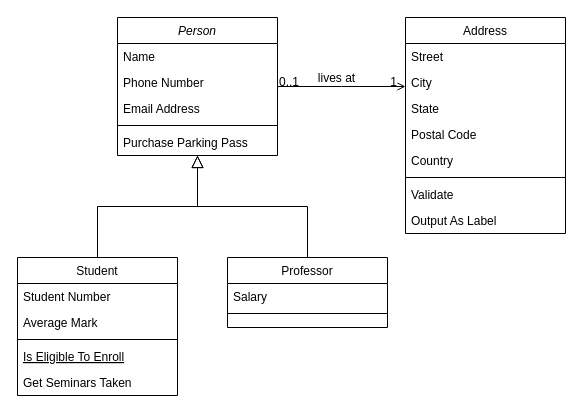
This is 未命名绘图.drawio from Diamond-Dogs/Picture, a draw.io file, before an edit. Source tidied: cells renumbered, new cells numbered last; positions are measured from the earlier drawing's top-left corner, leaving out a move shared by most shapes. Both pictures are drawn from the tidied source at 100%, with x=0, y=0 at pixel (17, 17).
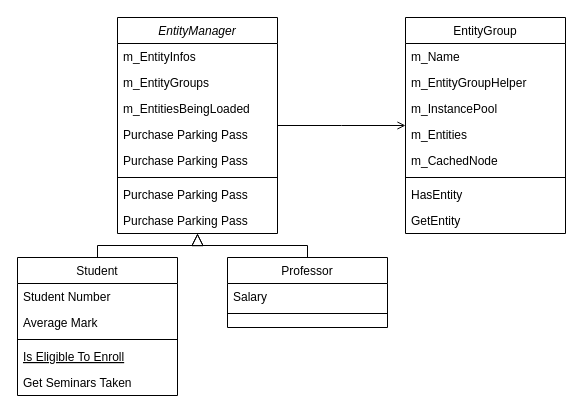
After the change.

The change refers to these unchanged cells:
```xml
<mxCell id="28" style="endArrow=open;shadow=0;strokeWidth=1;rounded=0;endFill=1;edgeStyle=elbowEdgeStyle;elbow=vertical;" parent="1" edge="1" source="2" target="19">
  <mxGeometry x="0.5" y="41" relative="1" as="geometry">
    <mxPoint x="-40" y="32" as="offset" />
  </mxGeometry>
</mxCell>
```

Diff of the diagram source:
```diff
@@
-    <mxCell id="2" value="Person" style="swimlane;fontStyle=2;align=center;verticalAlign=top;horizontal=1;startSize=26;rounded=0;shadow=0;strokeWidth=1;" parent="1" vertex="1">
-      <mxGeometry x="100" width="160" height="138" as="geometry" />
+    <mxCell id="2" value="EntityManager" style="swimlane;fontStyle=2;align=center;verticalAlign=top;horizontal=1;startSize=26;rounded=0;shadow=0;strokeWidth=1;" parent="1" vertex="1">
+      <mxGeometry x="100" width="160" height="216" as="geometry" />
     </mxCell>
-    <mxCell id="3" value="Name" style="text;align=left;verticalAlign=top;spacingLeft=4;spacingRight=4;overflow=hidden;" parent="2" vertex="1">
+    <mxCell id="3" value="m_EntityInfos" style="text;align=left;verticalAlign=top;spacingLeft=4;spacingRight=4;overflow=hidden;" parent="2" vertex="1">
       <mxGeometry y="26" width="160" height="26" as="geometry" />
     </mxCell>
-    <mxCell id="4" value="Phone Number" style="text;align=left;verticalAlign=top;spacingLeft=4;spacingRight=4;overflow=hidden;rounded=0;shadow=0;html=0;" parent="2" vertex="1">
+    <mxCell id="4" value="m_EntityGroups" style="text;align=left;verticalAlign=top;spacingLeft=4;spacingRight=4;overflow=hidden;rounded=0;shadow=0;html=0;" parent="2" vertex="1">
       <mxGeometry y="52" width="160" height="26" as="geometry" />
     </mxCell>
-    <mxCell id="5" value="Email Address" style="text;align=left;verticalAlign=top;spacingLeft=4;spacingRight=4;overflow=hidden;rounded=0;shadow=0;html=0;" parent="2" vertex="1">
+    <mxCell id="5" value="m_EntitiesBeingLoaded" style="text;align=left;verticalAlign=top;spacingLeft=4;spacingRight=4;overflow=hidden;rounded=0;shadow=0;html=0;" parent="2" vertex="1">
       <mxGeometry y="78" width="160" height="26" as="geometry" />
     </mxCell>
+    <mxCell id="7" value="Purchase Parking Pass" style="text;align=left;verticalAlign=top;spacingLeft=4;spacingRight=4;overflow=hidden;" parent="2" vertex="1">
+      <mxGeometry y="104" width="160" height="26" as="geometry" />
+    </mxCell>
+    <mxCell id="32" value="Purchase Parking Pass" style="text;align=left;verticalAlign=top;spacingLeft=4;spacingRight=4;overflow=hidden;" parent="2" vertex="1">
+      <mxGeometry y="130" width="160" height="26" as="geometry" />
+    </mxCell>
     <mxCell id="6" style="line;html=1;strokeWidth=1;align=left;verticalAlign=middle;spacingTop=-1;spacingLeft=3;spacingRight=3;labelPosition=right;" parent="2" vertex="1">
-      <mxGeometry y="104" width="160" height="8" as="geometry" />
+      <mxGeometry y="156" width="160" height="8" as="geometry" />
     </mxCell>
-    <mxCell id="7" value="Purchase Parking Pass" style="text;align=left;verticalAlign=top;spacingLeft=4;spacingRight=4;overflow=hidden;" parent="2" vertex="1">
-      <mxGeometry y="112" width="160" height="26" as="geometry" />
-    </mxCell>
+    <mxCell id="33" value="Purchase Parking Pass" style="text;align=left;verticalAlign=top;spacingLeft=4;spacingRight=4;overflow=hidden;" parent="2" vertex="1">
+      <mxGeometry y="164" width="160" height="26" as="geometry" />
+    </mxCell>
+    <mxCell id="34" value="Purchase Parking Pass" style="text;align=left;verticalAlign=top;spacingLeft=4;spacingRight=4;overflow=hidden;" parent="2" vertex="1">
+      <mxGeometry y="190" width="160" height="26" as="geometry" />
+    </mxCell>
@@
-    <mxCell id="19" value="Address" style="swimlane;fontStyle=0;align=center;verticalAlign=top;horizontal=1;startSize=26;rounded=0;shadow=0;strokeWidth=1;" parent="1" vertex="1">
+    <mxCell id="19" value="EntityGroup" style="swimlane;fontStyle=0;align=center;verticalAlign=top;horizontal=1;startSize=26;rounded=0;shadow=0;strokeWidth=1;" parent="1" vertex="1">
       <mxGeometry x="388" width="160" height="216" as="geometry" />
     </mxCell>
-    <mxCell id="20" value="Street" style="text;align=left;verticalAlign=top;spacingLeft=4;spacingRight=4;overflow=hidden;" parent="19" vertex="1">
+    <mxCell id="20" value="m_Name" style="text;align=left;verticalAlign=top;spacingLeft=4;spacingRight=4;overflow=hidden;" parent="19" vertex="1">
       <mxGeometry y="26" width="160" height="26" as="geometry" />
     </mxCell>
-    <mxCell id="21" value="City" style="text;align=left;verticalAlign=top;spacingLeft=4;spacingRight=4;overflow=hidden;rounded=0;shadow=0;html=0;" parent="19" vertex="1">
+    <mxCell id="21" value="m_EntityGroupHelper" style="text;align=left;verticalAlign=top;spacingLeft=4;spacingRight=4;overflow=hidden;rounded=0;shadow=0;html=0;" parent="19" vertex="1">
       <mxGeometry y="52" width="160" height="26" as="geometry" />
     </mxCell>
-    <mxCell id="22" value="State" style="text;align=left;verticalAlign=top;spacingLeft=4;spacingRight=4;overflow=hidden;rounded=0;shadow=0;html=0;" parent="19" vertex="1">
+    <mxCell id="22" value="m_InstancePool" style="text;align=left;verticalAlign=top;spacingLeft=4;spacingRight=4;overflow=hidden;rounded=0;shadow=0;html=0;" parent="19" vertex="1">
       <mxGeometry y="78" width="160" height="26" as="geometry" />
     </mxCell>
-    <mxCell id="23" value="Postal Code" style="text;align=left;verticalAlign=top;spacingLeft=4;spacingRight=4;overflow=hidden;rounded=0;shadow=0;html=0;" parent="19" vertex="1">
+    <mxCell id="23" value="m_Entities" style="text;align=left;verticalAlign=top;spacingLeft=4;spacingRight=4;overflow=hidden;rounded=0;shadow=0;html=0;" parent="19" vertex="1">
       <mxGeometry y="104" width="160" height="26" as="geometry" />
     </mxCell>
-    <mxCell id="24" value="Country" style="text;align=left;verticalAlign=top;spacingLeft=4;spacingRight=4;overflow=hidden;rounded=0;shadow=0;html=0;" parent="19" vertex="1">
+    <mxCell id="24" value="m_CachedNode" style="text;align=left;verticalAlign=top;spacingLeft=4;spacingRight=4;overflow=hidden;rounded=0;shadow=0;html=0;" parent="19" vertex="1">
       <mxGeometry y="130" width="160" height="26" as="geometry" />
     </mxCell>
@@
-    <mxCell id="26" value="Validate" style="text;align=left;verticalAlign=top;spacingLeft=4;spacingRight=4;overflow=hidden;" parent="19" vertex="1">
+    <mxCell id="26" value="HasEntity" style="text;align=left;verticalAlign=top;spacingLeft=4;spacingRight=4;overflow=hidden;" parent="19" vertex="1">
       <mxGeometry y="164" width="160" height="26" as="geometry" />
     </mxCell>
-    <mxCell id="27" value="Output As Label" style="text;align=left;verticalAlign=top;spacingLeft=4;spacingRight=4;overflow=hidden;" parent="19" vertex="1">
+    <mxCell id="27" value="GetEntity" style="text;align=left;verticalAlign=top;spacingLeft=4;spacingRight=4;overflow=hidden;" parent="19" vertex="1">
       <mxGeometry y="190" width="160" height="26" as="geometry" />
     </mxCell>
@@
-    <mxCell id="29" value="0..1" style="align=left;verticalAlign=bottom;labelBackgroundColor=none;fontSize=12;" parent="28" vertex="1">
-      <mxGeometry x="-1" relative="1" as="geometry">
-        <mxPoint y="4" as="offset" />
-      </mxGeometry>
-    </mxCell>
-    <mxCell id="30" value="1" style="align=right;verticalAlign=bottom;labelBackgroundColor=none;fontSize=12;" parent="28" vertex="1">
-      <mxGeometry x="1" relative="1" as="geometry">
-        <mxPoint x="-7" y="4" as="offset" />
-      </mxGeometry>
-    </mxCell>
-    <mxCell id="31" value="lives at" style="text;html=1;align=center;verticalAlign=middle;labelBackgroundColor=none;rounded=0;shadow=0;strokeWidth=1;fontSize=12;" parent="28" vertex="1">
-      <mxGeometry x="0.5" y="49" relative="1" as="geometry">
-        <mxPoint x="-38" y="40" as="offset" />
-      </mxGeometry>
-    </mxCell>
```
